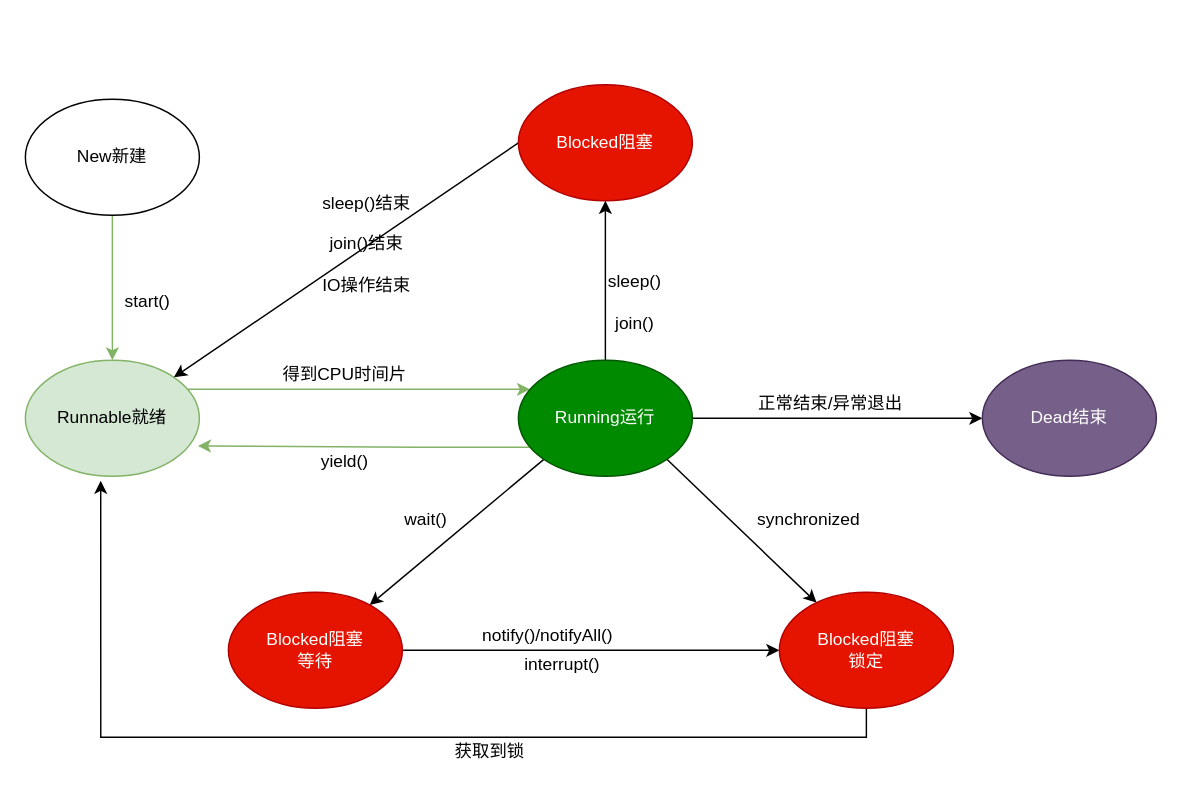
Earlier version of the draw.io diagram 线程的生命周期.drawio (Hello-Ysheng/pangoo). Source tidied: cells renumbered, new cells numbered last; positions are measured from the earlier drawing's top-left corner, leaving out a move shared by most shapes. Both pictures are drawn from the tidied source at 145%, with x=0, y=0 at pixel (25, 84).
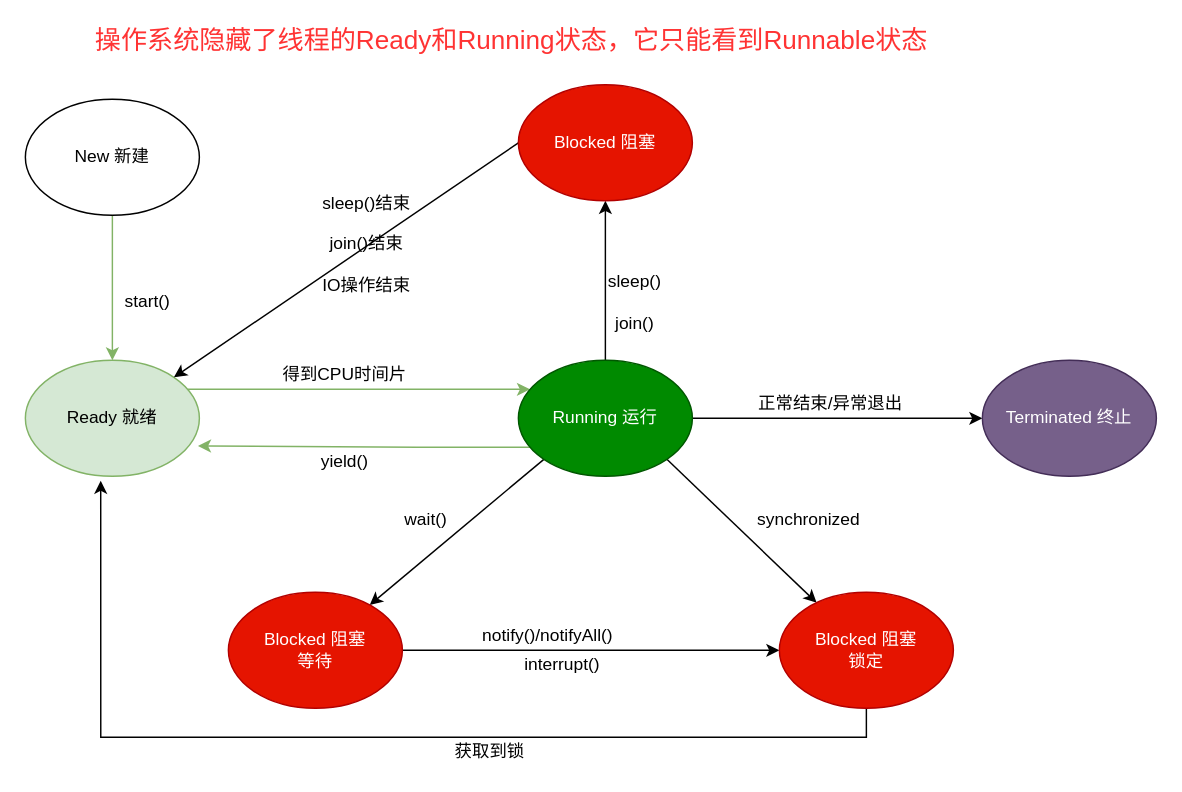
The same diagram, later.

Commit message:
Update 线程的生命周期.drawio

The edit, as a diff of the source:
```diff
@@
-    <mxCell id="4" value="New新建" style="ellipse;whiteSpace=wrap;html=1;" parent="1" vertex="1">
+    <mxCell id="4" value="New 新建" style="ellipse;whiteSpace=wrap;html=1;" parent="1" vertex="1">
       <mxGeometry y="10" width="120" height="80" as="geometry" />
     </mxCell>
-    <mxCell id="5" value="Runnable就绪" style="ellipse;whiteSpace=wrap;html=1;fillColor=#d5e8d4;strokeColor=#82b366;" parent="1" vertex="1">
+    <mxCell id="5" value="Ready 就绪" style="ellipse;whiteSpace=wrap;html=1;fillColor=#d5e8d4;strokeColor=#82b366;" parent="1" vertex="1">
       <mxGeometry y="190" width="120" height="80" as="geometry" />
     </mxCell>
@@
-    <mxCell id="11" value="Running运行" style="ellipse;whiteSpace=wrap;html=1;fillColor=#008a00;strokeColor=#005700;fontColor=#ffffff;" parent="1" vertex="1">
+    <mxCell id="11" value="Running 运行" style="ellipse;whiteSpace=wrap;html=1;fillColor=#008a00;strokeColor=#005700;fontColor=#ffffff;" parent="1" vertex="1">
       <mxGeometry x="340" y="190" width="120" height="80" as="geometry" />
     </mxCell>
@@
-    <mxCell id="16" value="Blocked阻塞" style="ellipse;whiteSpace=wrap;html=1;fillColor=#e51400;strokeColor=#B20000;fontColor=#ffffff;" parent="1" vertex="1">
+    <mxCell id="16" value="Blocked 阻塞" style="ellipse;whiteSpace=wrap;html=1;fillColor=#e51400;strokeColor=#B20000;fontColor=#ffffff;" parent="1" vertex="1">
       <mxGeometry x="340" width="120" height="80" as="geometry" />
     </mxCell>
@@
-    <mxCell id="19" value="Dead结束" style="ellipse;whiteSpace=wrap;html=1;fillColor=#76608a;strokeColor=#432D57;fontColor=#ffffff;" parent="1" vertex="1">
+    <mxCell id="19" value="Terminated 终止" style="ellipse;whiteSpace=wrap;html=1;fillColor=#76608a;strokeColor=#432D57;fontColor=#ffffff;" parent="1" vertex="1">
       <mxGeometry x="660" y="190" width="120" height="80" as="geometry" />
     </mxCell>
@@
-    <mxCell id="22" value="Blocked阻塞&lt;br&gt;等待" style="ellipse;whiteSpace=wrap;html=1;fillColor=#e51400;strokeColor=#B20000;fontColor=#ffffff;" parent="1" vertex="1">
+    <mxCell id="22" value="Blocked 阻塞&lt;br&gt;等待" style="ellipse;whiteSpace=wrap;html=1;fillColor=#e51400;strokeColor=#B20000;fontColor=#ffffff;" parent="1" vertex="1">
       <mxGeometry x="140" y="350" width="120" height="80" as="geometry" />
     </mxCell>
@@
-    <mxCell id="25" value="Blocked阻塞&lt;br&gt;锁定" style="ellipse;whiteSpace=wrap;html=1;fillColor=#e51400;strokeColor=#B20000;fontColor=#ffffff;" parent="1" vertex="1">
+    <mxCell id="25" value="Blocked 阻塞&lt;br&gt;锁定" style="ellipse;whiteSpace=wrap;html=1;fillColor=#e51400;strokeColor=#B20000;fontColor=#ffffff;" parent="1" vertex="1">
       <mxGeometry x="520" y="350" width="120" height="80" as="geometry" />
     </mxCell>
@@
+    <mxCell id="30" value="&lt;font style=&quot;font-size: 18px&quot; color=&quot;#ff3333&quot;&gt;操作系统隐藏了线程的Ready和Running状态，它只能看到Runnable状态&lt;/font&gt;" style="text;html=1;align=center;verticalAlign=middle;" parent="1" vertex="1">
+      <mxGeometry x="40" y="-40" width="590" height="20" as="geometry" />
+    </mxCell>
```
